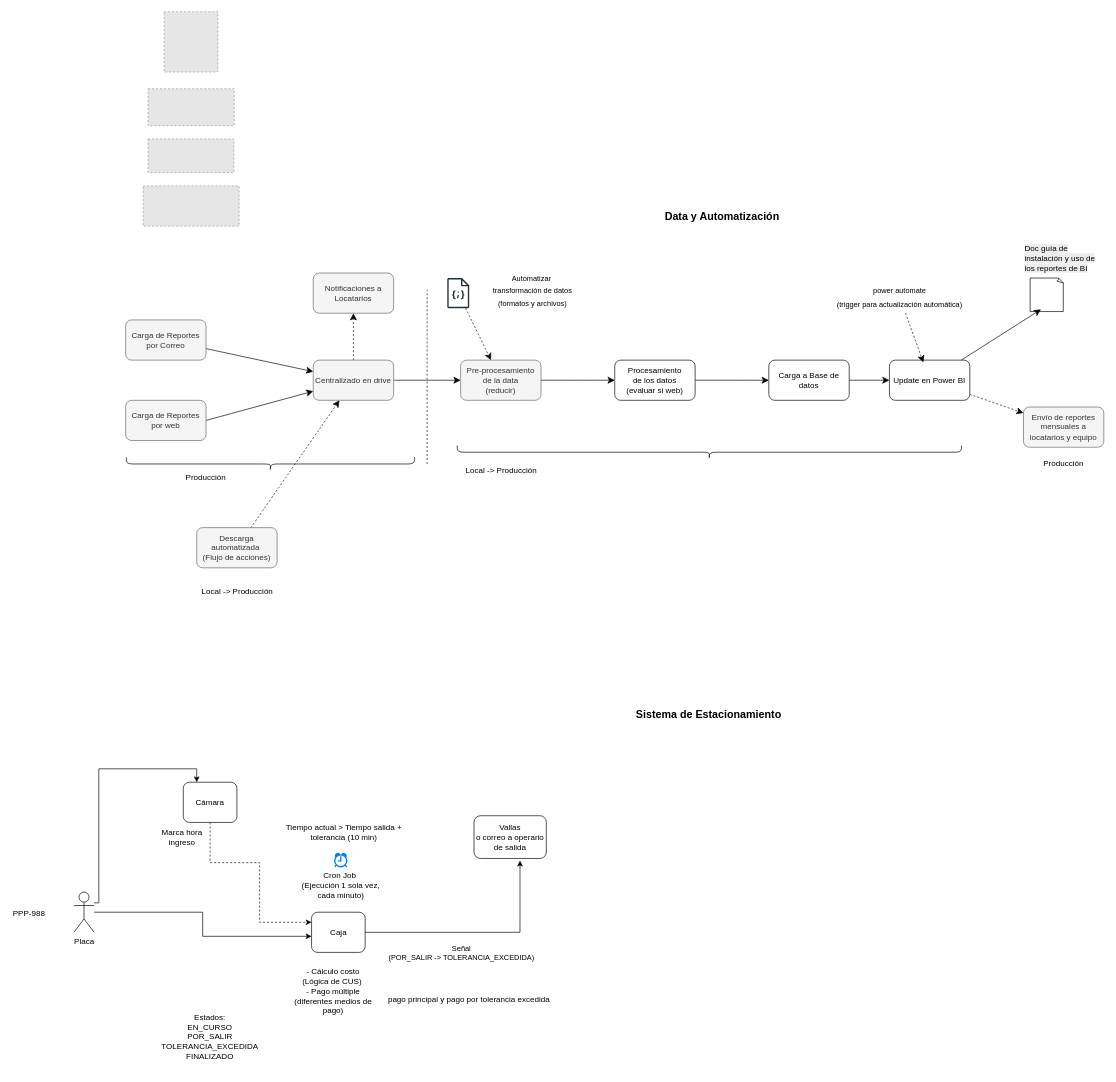
The draw.io diagram Diagrama sin título.drawio in germanhyt/001_architect_projects, before the edit. Source tidied: cells renumbered, new cells numbered last; positions are measured from the earlier drawing's top-left corner, leaving out a move shared by most shapes. Both pictures are drawn from the tidied source at 67%, with x=0, y=0 at pixel (11, 11). Pictures stored in the file or linked from it are replaced by grey dashed boxes.
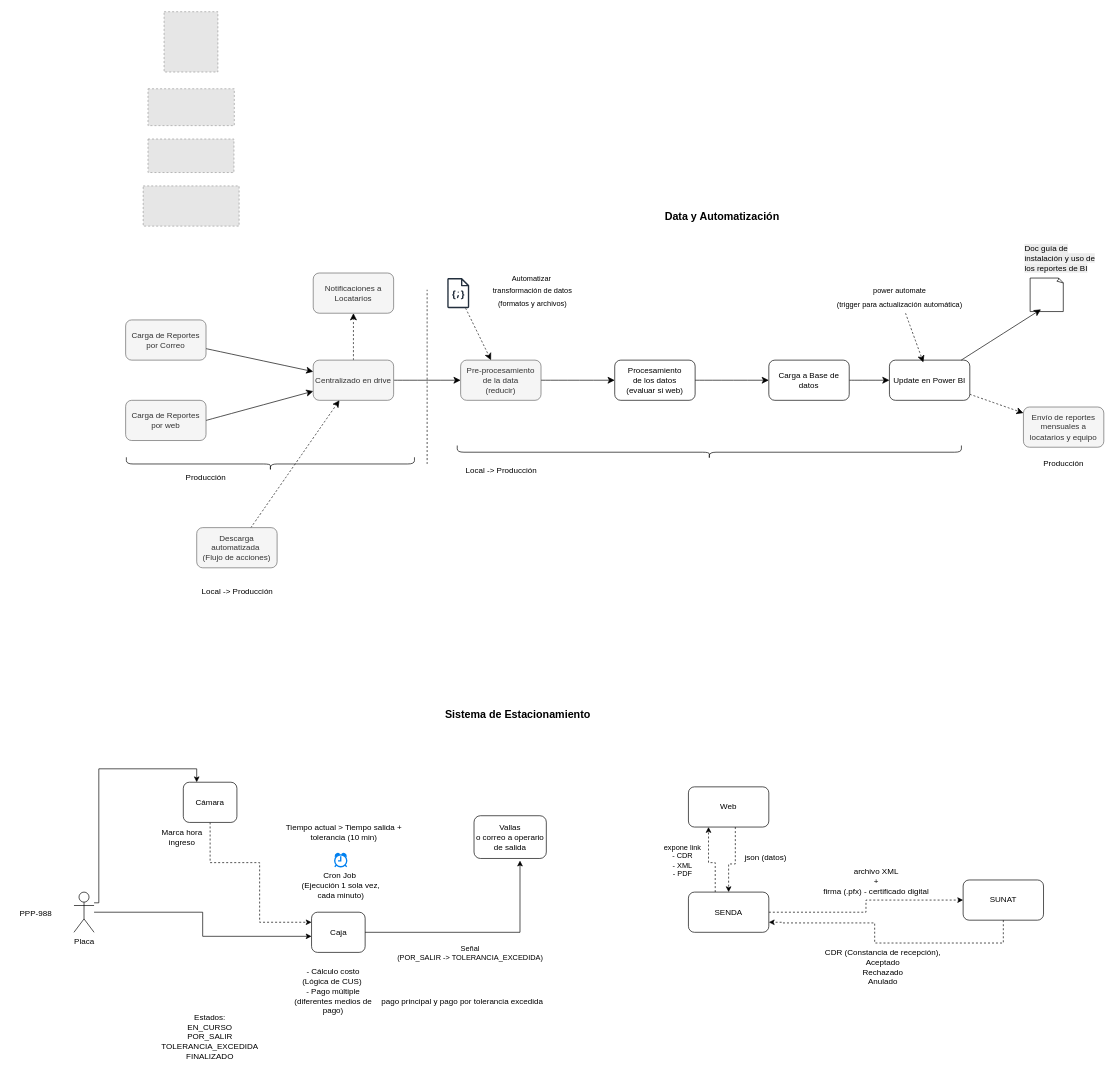
The same page after the edit.

The change refers to these unchanged cells:
```xml
<mxCell id="54" style="edgeStyle=orthogonalEdgeStyle;rounded=0;jettySize=auto;html=1;entryX=0.636;entryY=1.05;entryDx=0;entryDy=0;entryPerimeter=0;" parent="1" edge="1" source="42" target="43">
  <mxGeometry relative="1" as="geometry" />
</mxCell>
```

The edit, as a diff of the source:
```diff
@@
     <mxCell id="41" value="PPP-988" style="text;whiteSpace=wrap;" parent="1" vertex="1">
-      <mxGeometry y="1332.1" width="65" height="23.8" as="geometry" />
+      <mxGeometry x="10" y="1332.1" width="65" height="23.8" as="geometry" />
     </mxCell>
@@
     <mxCell id="52" value="Sistema de Estacionamiento" style="text;html=1;align=center;verticalAlign=middle;strokeColor=none;fillColor=none;fontSize=16;fontStyle=1;" parent="1" vertex="1">
-      <mxGeometry x="925" y="1033.8" width="230" height="30" as="geometry" />
+      <mxGeometry x="640" y="1033.8" width="230" height="30" as="geometry" />
     </mxCell>
@@
     <mxCell id="55" value="Señal&lt;div&gt;(POR_SALIR -&amp;gt; TOLERANCIA_EXCEDIDA)&lt;/div&gt;" style="edgeLabel;html=1;align=center;verticalAlign=middle;" parent="54" vertex="1">
       <mxGeometry x="-0.05" y="1" relative="1" as="geometry">
-        <mxPoint x="-18" y="31" as="offset" />
+        <mxPoint x="-5" y="31" as="offset" />
       </mxGeometry>
     </mxCell>
@@
     <mxCell id="57" value="&lt;span style=&quot;forced-color-adjust: none; color: light-dark(rgb(0, 0, 0), rgb(255, 255, 255)); font-family: Helvetica; font-size: 12px; font-style: normal; font-variant-ligatures: normal; font-variant-caps: normal; font-weight: 400; letter-spacing: normal; orphans: 2; text-align: center; text-indent: 0px; text-transform: none; widows: 2; word-spacing: 0px; -webkit-text-stroke-width: 0px; white-space: normal; background-color: transparent; text-decoration-thickness: initial; text-decoration-style: initial; text-decoration-color: initial;&quot;&gt;pago principal y pago por tolerancia excedida&lt;/span&gt;" style="text;whiteSpace=wrap;html=1;" parent="1" vertex="1">
-      <mxGeometry x="560" y="1460" width="270" height="40" as="geometry" />
+      <mxGeometry x="550" y="1464" width="270" height="40" as="geometry" />
     </mxCell>
+    <mxCell id="58" style="edgeStyle=orthogonalEdgeStyle;rounded=0;jettySize=auto;html=1;entryX=0.5;entryY=0;entryDx=0;entryDy=0;dashed=1;" parent="1" edge="1" source="59" target="63">
+      <mxGeometry relative="1" as="geometry">
+        <Array as="points">
+          <mxPoint x="1080" y="1272" />
+          <mxPoint x="1070" y="1272" />
+        </Array>
+      </mxGeometry>
+    </mxCell>
+    <mxCell id="59" value="Web" style="rounded=1;whiteSpace=wrap;html=1;" parent="1" vertex="1">
+      <mxGeometry x="1010" y="1156.9" width="120" height="60" as="geometry" />
+    </mxCell>
+    <mxCell id="60" style="edgeStyle=orthogonalEdgeStyle;rounded=0;jettySize=auto;html=1;dashed=1;entryX=0.25;entryY=1;entryDx=0;entryDy=0;" parent="1" edge="1" source="63" target="59">
+      <mxGeometry relative="1" as="geometry">
+        <Array as="points">
+          <mxPoint x="1050" y="1270" />
+          <mxPoint x="1040" y="1270" />
+        </Array>
+      </mxGeometry>
+    </mxCell>
+    <mxCell id="61" value="expone link&lt;br&gt;- CDR&lt;br&gt;- XML&lt;div&gt;- PDF&lt;/div&gt;" style="edgeLabel;html=1;align=center;verticalAlign=middle;" parent="60" vertex="1">
+      <mxGeometry x="0.15" y="1" relative="1" as="geometry">
+        <mxPoint x="-39" y="4" as="offset" />
+      </mxGeometry>
+    </mxCell>
+    <mxCell id="62" style="edgeStyle=orthogonalEdgeStyle;rounded=0;jettySize=auto;html=1;entryX=0;entryY=0.5;entryDx=0;entryDy=0;dashed=1;" parent="1" edge="1" source="63" target="64">
+      <mxGeometry relative="1" as="geometry" />
+    </mxCell>
+    <mxCell id="63" value="SENDA" style="rounded=1;whiteSpace=wrap;html=1;" parent="1" vertex="1">
+      <mxGeometry x="1010" y="1314" width="120" height="60" as="geometry" />
+    </mxCell>
+    <mxCell id="64" value="SUNAT" style="rounded=1;whiteSpace=wrap;html=1;" parent="1" vertex="1">
+      <mxGeometry x="1420" y="1295.9" width="120" height="60" as="geometry" />
+    </mxCell>
+    <mxCell id="65" value="&lt;div&gt;&lt;br&gt;&lt;/div&gt;&lt;div&gt;archivo XML&lt;/div&gt;&lt;div&gt;&lt;span style=&quot;background-color: transparent; color: light-dark(rgb(0, 0, 0), rgb(255, 255, 255));&quot;&gt;+&lt;/span&gt;&lt;/div&gt;&lt;div&gt;&lt;span style=&quot;background-color: transparent; color: light-dark(rgb(0, 0, 0), rgb(255, 255, 255));&quot;&gt;firma (.pfx) - certificado digital&lt;/span&gt;&lt;/div&gt;" style="text;html=1;align=center;verticalAlign=middle;strokeColor=none;fillColor=none;" parent="1" vertex="1">
+      <mxGeometry x="1200" y="1256.2" width="180" height="70" as="geometry" />
+    </mxCell>
+    <mxCell id="66" value="json (datos)" style="text;html=1;align=center;verticalAlign=middle;strokeColor=none;fillColor=none;" parent="1" vertex="1">
+      <mxGeometry x="1080" y="1246.9" width="90" height="30" as="geometry" />
+    </mxCell>
+    <mxCell id="67" style="edgeStyle=orthogonalEdgeStyle;rounded=0;jettySize=auto;html=1;entryX=1;entryY=0.75;entryDx=0;entryDy=0;dashed=1;" parent="1" edge="1" source="64" target="63">
+      <mxGeometry relative="1" as="geometry">
+        <Array as="points">
+          <mxPoint x="1480" y="1390" />
+          <mxPoint x="1288" y="1390" />
+          <mxPoint x="1288" y="1360" />
+          <mxPoint x="1150" y="1360" />
+          <mxPoint x="1150" y="1359" />
+        </Array>
+      </mxGeometry>
+    </mxCell>
+    <mxCell id="68" value="&lt;br&gt;&lt;div&gt;CDR (Constancia de recepción),&lt;div&gt;Aceptado&lt;/div&gt;&lt;/div&gt;&lt;div&gt;Rechazado&lt;/div&gt;&lt;div&gt;Anulado&lt;/div&gt;" style="text;html=1;align=center;verticalAlign=middle;strokeColor=none;fillColor=none;" parent="1" vertex="1">
+      <mxGeometry x="1200" y="1374" width="200" height="90" as="geometry" />
+    </mxCell>
```
